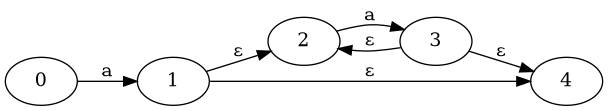
Earlier version of the Graphviz export sem6/com_dis/lab/exes/Digraph.gv.png (Dark-WizZ/BE). Its source is kept beside it as sem6/com_dis/lab/exes/Digraph.gv.
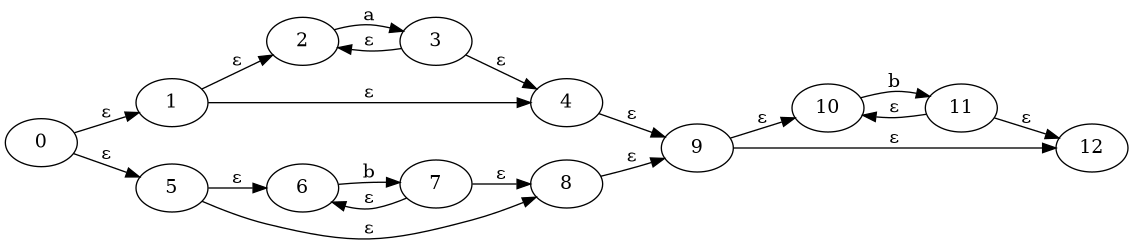
After the change.

The edit, as a diff of the source:
```diff
@@ -1,9 +1,22 @@
 digraph {
 	graph [rankdir=LR]
-	0 -> 1 [label=a]
+	0 -> 1 [label="ε"]
+	0 -> 5 [label="ε"]
 	1 -> 2 [label="ε"]
 	1 -> 4 [label="ε"]
 	2 -> 3 [label=a]
 	3 -> 2 [label="ε"]
 	3 -> 4 [label="ε"]
+	5 -> 6 [label="ε"]
+	5 -> 8 [label="ε"]
+	6 -> 7 [label=b]
+	7 -> 6 [label="ε"]
+	7 -> 8 [label="ε"]
+	4 -> 9 [label="ε"]
+	8 -> 9 [label="ε"]
+	9 -> 10 [label="ε"]
+	9 -> 12 [label="ε"]
+	10 -> 11 [label=b]
+	11 -> 10 [label="ε"]
+	11 -> 12 [label="ε"]
 }
```
